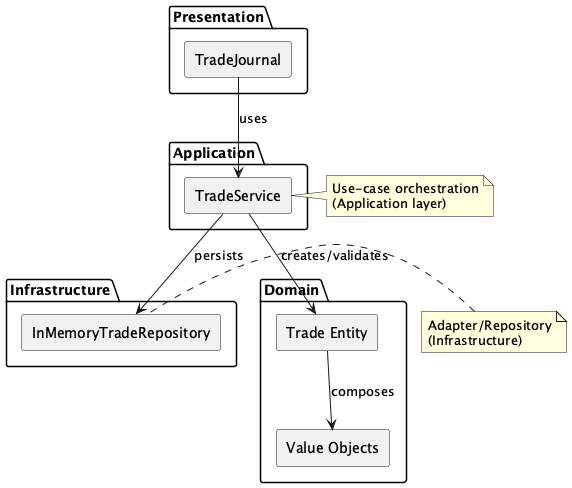
Above: docs/diagrams/custom_components.png in monkey-trader/traders-mirror (PlantUML), before the change.
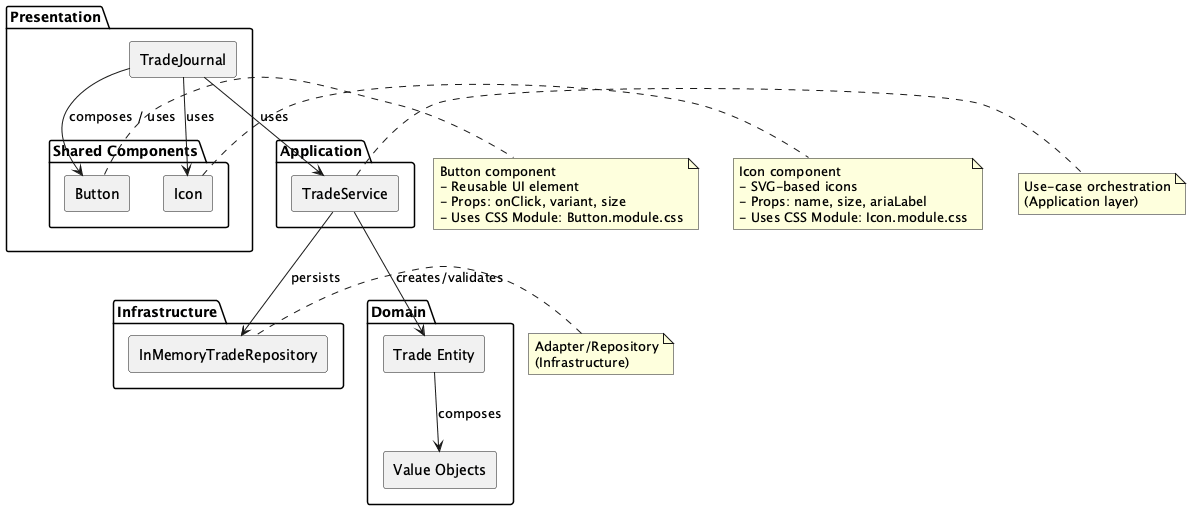
After the commit.

Commit message:
docs: update generated custom_components.png with component descriptions

Change to the diagram source:
```diff
@@ -3,6 +3,11 @@
 
 package "Presentation" {
   [TradeJournal] as TJ
+
+  package "Shared Components" {
+    [Button] as Btn
+    [Icon] as Ic
+  }
 }
 
 package "Application" {
@@ -19,9 +24,25 @@
 }
 
 TJ --> TS : uses
+TJ --> Btn : composes / uses
+TJ --> Ic : uses
 TS --> Repo : persists
 TS --> TradeEntity : creates/validates
 TradeEntity --> VOs : composes
+
+note right of Btn
+  Button component
+  - Reusable UI element
+  - Props: onClick, variant, size
+  - Uses CSS Module: Button.module.css
+end note
+
+note right of Ic
+  Icon component
+  - SVG-based icons
+  - Props: name, size, ariaLabel
+  - Uses CSS Module: Icon.module.css
+end note
 
 note right of TS
   Use-case orchestration
```
